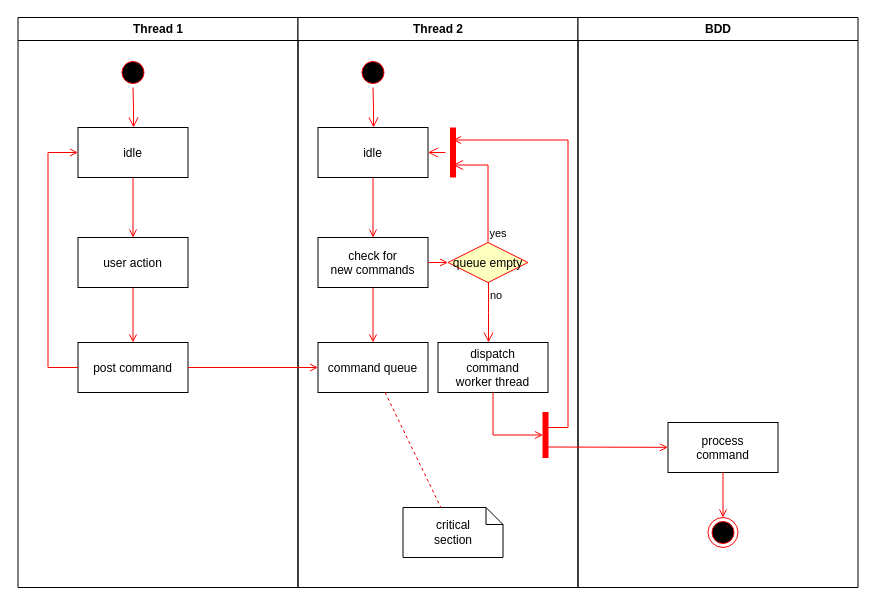
Above: Diagrama sin título.drawio in cohet3/Diagramas (draw.io), before the change. Source tidied: cells renumbered, new cells numbered last; positions are measured from the earlier drawing's top-left corner, leaving out a move shared by most shapes. Both pictures are drawn from the tidied source at 100%, with x=0, y=0 at pixel (17, 17).
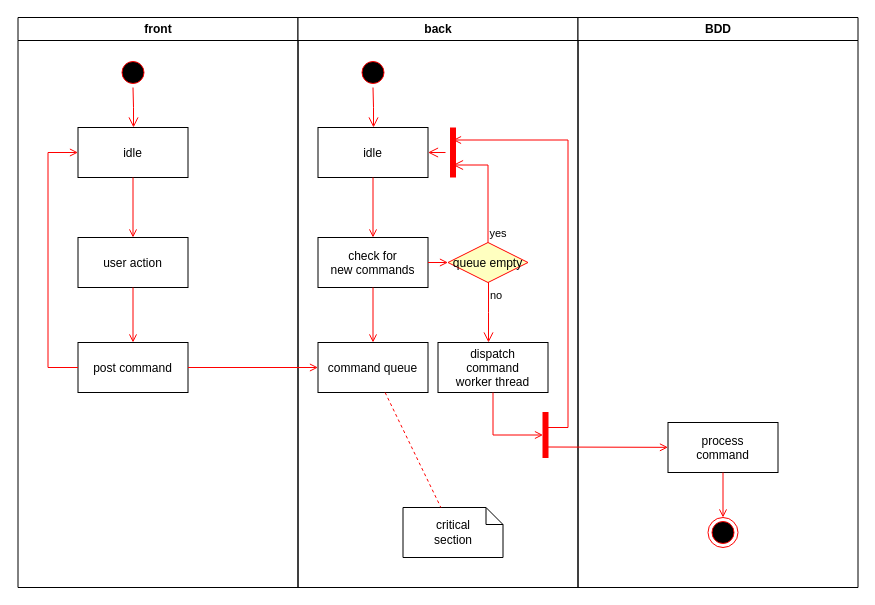
The same page after the edit.

The edit, as a diff of the source:
```diff
@@
-    <mxCell id="2" value="Thread 1" style="swimlane;whiteSpace=wrap;" parent="1" vertex="1">
+    <mxCell id="2" value="front" style="swimlane;whiteSpace=wrap;" parent="1" vertex="1">
       <mxGeometry x="0.5" width="280" height="570" as="geometry" />
     </mxCell>
@@
-    <mxCell id="11" value="Thread 2" style="swimlane;whiteSpace=wrap;" parent="1" vertex="1">
+    <mxCell id="11" value="back" style="swimlane;whiteSpace=wrap;" parent="1" vertex="1">
       <mxGeometry x="280.5" width="280" height="570" as="geometry" />
     </mxCell>
```
